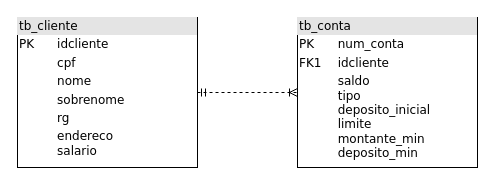
This is _Diagrama Entidade Relacionamento/Projeto.drawio from RafaelDamiani/InstituicaoFinanceira, a draw.io file, before an edit. Source tidied: cells renumbered, new cells numbered last; positions are measured from the earlier drawing's top-left corner, leaving out a move shared by most shapes. Both pictures are drawn from the tidied source at 100%, with x=0, y=0 at pixel (17, 17).
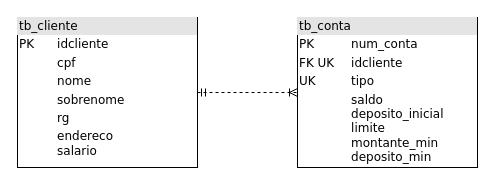
After the change.

Commit message (it also covers changes not shown here):
Corrigido Diagama ER e DATABASE txt

Diff of the diagram source:
```diff
@@
 <mxGraphModel background="#ffffff">
   <root>
     <mxCell id="0" />
     <mxCell id="1" parent="0" />
     <mxCell id="2" style="edgeStyle=orthogonalEdgeStyle;html=1;dashed=1;labelBackgroundColor=none;startArrow=ERmandOne;endArrow=ERoneToMany;fontFamily=Verdana;fontSize=12;align=left;" parent="1" edge="1" source="3" target="4">
       <mxGeometry relative="1" as="geometry" />
     </mxCell>
     <mxCell id="3" value="&lt;div style=&quot;box-sizing: border-box ; width: 100% ; background: #e4e4e4 ; padding: 2px&quot;&gt;tb_cliente&lt;/div&gt;&lt;table style=&quot;width: 100% ; font-size: 1em&quot; cellpadding=&quot;2&quot; cellspacing=&quot;0&quot;&gt;&lt;tbody&gt;&lt;tr&gt;&lt;td&gt;PK&lt;/td&gt;&lt;td&gt;idcliente&lt;/td&gt;&lt;/tr&gt;&lt;tr&gt;&lt;td&gt;&lt;br&gt;&lt;/td&gt;&lt;td&gt;cpf&lt;/td&gt;&lt;/tr&gt;&lt;tr&gt;&lt;td&gt;&lt;/td&gt;&lt;td&gt;nome&lt;/td&gt;&lt;/tr&gt;&lt;tr&gt;&lt;td&gt;&lt;br&gt;&lt;/td&gt;&lt;td&gt;sobrenome&lt;br&gt;&lt;/td&gt;&lt;/tr&gt;&lt;tr&gt;&lt;td&gt;&lt;br&gt;&lt;/td&gt;&lt;td&gt;rg&amp;nbsp;&lt;br&gt;&lt;/td&gt;&lt;/tr&gt;&lt;tr&gt;&lt;td&gt;&lt;br&gt;&lt;/td&gt;&lt;td&gt;endereco&lt;br&gt;salario&lt;/td&gt;&lt;/tr&gt;&lt;/tbody&gt;&lt;/table&gt;" style="verticalAlign=top;align=left;overflow=fill;html=1;rounded=0;shadow=0;comic=0;labelBackgroundColor=none;strokeWidth=1;fontFamily=Verdana;fontSize=12;" parent="1" vertex="1">
       <mxGeometry width="180" height="150" as="geometry" />
     </mxCell>
-    <mxCell id="4" value="&lt;div style=&quot;box-sizing: border-box ; width: 100% ; background: #e4e4e4 ; padding: 2px&quot;&gt;tb_conta&lt;/div&gt;&lt;table style=&quot;width: 100% ; font-size: 1em&quot; cellpadding=&quot;2&quot; cellspacing=&quot;0&quot;&gt;&lt;tbody&gt;&lt;tr&gt;&lt;td&gt;PK&lt;/td&gt;&lt;td&gt;num_conta&lt;/td&gt;&lt;/tr&gt;&lt;tr&gt;&lt;td&gt;FK1&lt;/td&gt;&lt;td&gt;idcliente&lt;/td&gt;&lt;/tr&gt;&lt;tr&gt;&lt;td&gt;&lt;/td&gt;&lt;td&gt;saldo&lt;br&gt;tipo&lt;br&gt;deposito_inicial&lt;br&gt;limite&lt;br&gt;montante_min&lt;br&gt;deposito_min&lt;br&gt;&lt;/td&gt;&lt;/tr&gt;&lt;/tbody&gt;&lt;/table&gt;" style="verticalAlign=top;align=left;overflow=fill;html=1;rounded=0;shadow=0;comic=0;labelBackgroundColor=none;strokeWidth=1;fontFamily=Verdana;fontSize=12;" parent="1" vertex="1">
+    <mxCell id="4" value="&lt;div style=&quot;box-sizing: border-box ; width: 100% ; background: #e4e4e4 ; padding: 2px&quot;&gt;tb_conta&lt;/div&gt;&lt;table style=&quot;width: 100% ; font-size: 1em&quot; cellpadding=&quot;2&quot; cellspacing=&quot;0&quot;&gt;&lt;tbody&gt;&lt;tr&gt;&lt;td&gt;PK&lt;/td&gt;&lt;td&gt;num_conta&lt;/td&gt;&lt;/tr&gt;&lt;tr&gt;&lt;td&gt;FK UK&lt;/td&gt;&lt;td&gt;idcliente&lt;/td&gt;&lt;/tr&gt;&lt;tr&gt;&lt;td&gt;UK&lt;/td&gt;&lt;td&gt;tipo&lt;br&gt;&lt;/td&gt;&lt;/tr&gt;&lt;tr&gt;&lt;td&gt;&lt;/td&gt;&lt;td&gt;saldo&lt;br&gt;deposito_inicial&lt;br&gt;limite&lt;br&gt;montante_min&lt;br&gt;deposito_min&lt;br&gt;&lt;/td&gt;&lt;/tr&gt;&lt;/tbody&gt;&lt;/table&gt;" style="verticalAlign=top;align=left;overflow=fill;html=1;rounded=0;shadow=0;comic=0;labelBackgroundColor=none;strokeWidth=1;fontFamily=Verdana;fontSize=12;" parent="1" vertex="1">
       <mxGeometry x="280" width="180" height="150" as="geometry" />
     </mxCell>
   </root>
 </mxGraphModel>
```
